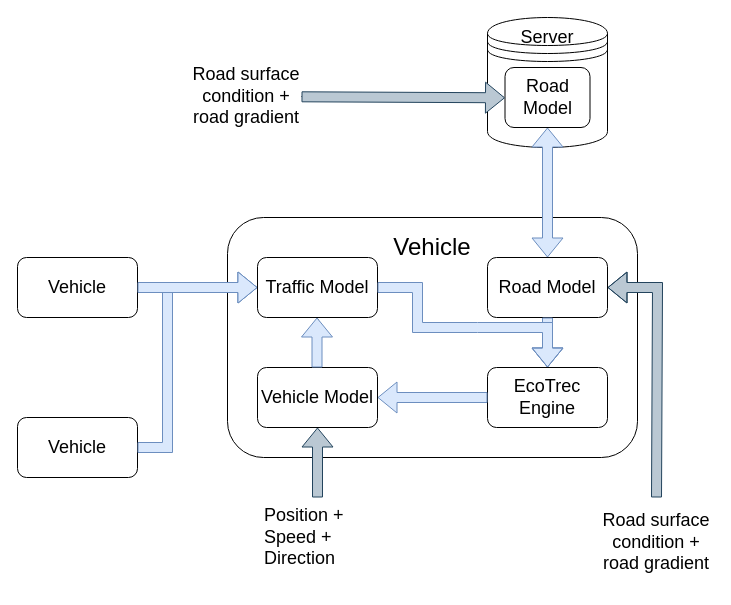
prashant2063/diagrams keeps this draw.io diagram as ecotrec_system_architecture.drawio. Above is the earlier version. Source tidied: cells renumbered, new cells numbered last; positions are measured from the earlier drawing's top-left corner, leaving out a move shared by most shapes. Both pictures are drawn from the tidied source at 100%, with x=0, y=0 at pixel (17, 17).
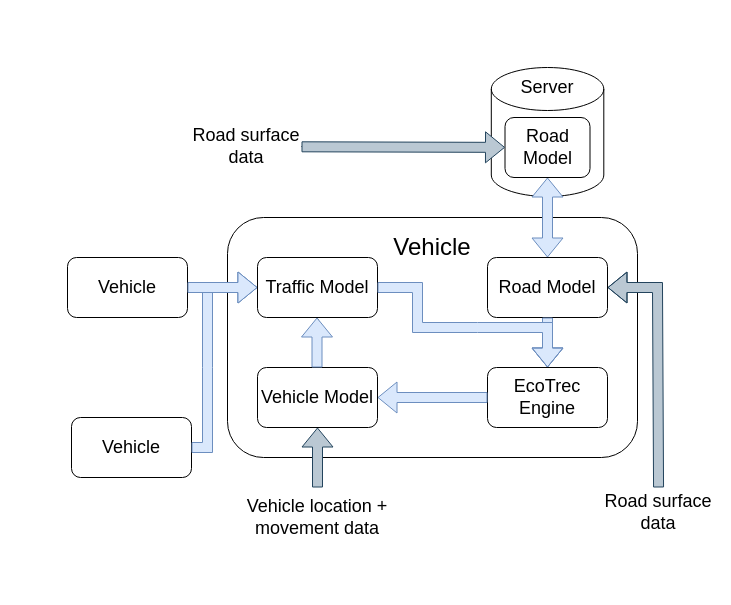
The same page after the edit.

The change refers to these unchanged cells:
```xml
<mxCell id="3" value="&lt;font style=&quot;font-size: 18px&quot;&gt;Vehicle Model&lt;/font&gt;" style="rounded=1;whiteSpace=wrap;html=1;" parent="1" vertex="1">
  <mxGeometry x="240" y="350" width="120" height="60" as="geometry" />
</mxCell>
<mxCell id="4" value="&lt;font style=&quot;font-size: 18px&quot;&gt;Road Model&lt;/font&gt;" style="rounded=1;whiteSpace=wrap;html=1;" parent="1" vertex="1">
  <mxGeometry x="470" y="240" width="120" height="60" as="geometry" />
</mxCell>
<mxCell id="6" value="&lt;font style=&quot;font-size: 18px&quot;&gt;Traffic Model&lt;/font&gt;" style="rounded=1;whiteSpace=wrap;html=1;" parent="1" vertex="1">
  <mxGeometry x="240" y="240" width="120" height="60" as="geometry" />
</mxCell>
```

Change to the diagram source:
```diff
@@
+    <mxCell id="28" style="strokeWidth=1;html=1;shape=mxgraph.flowchart.database;whiteSpace=wrap;" parent="1" vertex="1">
+      <mxGeometry x="473.8" y="50" width="112.5" height="129" as="geometry" />
+    </mxCell>
@@
     <mxCell id="13" value="&lt;font style=&quot;font-size: 18px&quot;&gt;Vehicle&lt;/font&gt;" style="rounded=1;whiteSpace=wrap;html=1;" parent="1" vertex="1">
-      <mxGeometry y="400" width="120" height="60" as="geometry" />
+      <mxGeometry x="54" y="400" width="120" height="60" as="geometry" />
     </mxCell>
     <mxCell id="14" value="&lt;font style=&quot;font-size: 18px&quot;&gt;Vehicle&lt;/font&gt;" style="rounded=1;whiteSpace=wrap;html=1;" parent="1" vertex="1">
-      <mxGeometry y="240" width="120" height="60" as="geometry" />
+      <mxGeometry x="50" y="240" width="120" height="60" as="geometry" />
     </mxCell>
     <mxCell id="15" style="endArrow=classic;html=1;strokeColor=#6c8ebf;entryX=0;entryY=0.5;entryDx=0;entryDy=0;exitX=1;exitY=0.5;exitDx=0;exitDy=0;rounded=0;shape=flexArrow;fillColor=#dae8fc;" parent="1" edge="1" source="13" target="6">
       <mxGeometry relative="1" as="geometry">
         <Array as="points">
-          <mxPoint x="150" y="430" />
-          <mxPoint x="150" y="270" />
+          <mxPoint x="190" y="430" />
+          <mxPoint x="190" y="350" />
+          <mxPoint x="190" y="270" />
         </Array>
       </mxGeometry>
     </mxCell>
@@
-    <mxCell id="17" style="shape=datastore;whiteSpace=wrap;html=1;rounded=1;" parent="1" vertex="1">
-      <mxGeometry x="470" width="120" height="130" as="geometry" />
-    </mxCell>
     <mxCell id="18" value="&lt;font style=&quot;font-size: 18px&quot;&gt;Road&lt;br&gt;Model&lt;/font&gt;" style="rounded=1;whiteSpace=wrap;html=1;" parent="1" vertex="1">
-      <mxGeometry x="487.5" y="50" width="85" height="60" as="geometry" />
+      <mxGeometry x="487.5" y="100" width="85" height="60" as="geometry" />
     </mxCell>
     <mxCell id="19" value="&lt;font style=&quot;font-size: 18px&quot;&gt;Server&lt;/font&gt;" style="text;html=1;strokeColor=none;fillColor=none;align=center;verticalAlign=middle;whiteSpace=wrap;rounded=0;" parent="1" vertex="1">
-      <mxGeometry x="510" y="10" width="40" height="20" as="geometry" />
+      <mxGeometry x="510" y="60" width="40" height="20" as="geometry" />
     </mxCell>
-    <mxCell id="20" value="&lt;font style=&quot;font-size: 18px&quot;&gt;Road surface condition + road gradient&lt;/font&gt;" style="text;html=1;strokeColor=none;fillColor=none;align=center;verticalAlign=middle;whiteSpace=wrap;rounded=0;" parent="1" vertex="1">
-      <mxGeometry x="174" y="69" width="110" height="20" as="geometry" />
+    <mxCell id="20" value="&lt;font style=&quot;font-size: 18px&quot;&gt;Road surface data&lt;/font&gt;" style="text;html=1;strokeColor=none;fillColor=none;align=center;verticalAlign=middle;whiteSpace=wrap;rounded=0;" parent="1" vertex="1">
+      <mxGeometry x="174" y="119" width="110" height="20" as="geometry" />
     </mxCell>
@@
-    <mxCell id="22" value="&lt;font style=&quot;font-size: 18px&quot;&gt;Position + Speed + Direction&lt;/font&gt;" style="text;html=1;strokeColor=none;fillColor=none;align=left;verticalAlign=middle;whiteSpace=wrap;rounded=0;" parent="1" vertex="1">
-      <mxGeometry x="245" y="480" width="110" height="80" as="geometry" />
-    </mxCell>
-    <mxCell id="23" style="endArrow=classic;html=1;strokeColor=#23445d;entryX=0.5;entryY=1;entryDx=0;entryDy=0;exitX=0.5;exitY=0;exitDx=0;exitDy=0;rounded=0;shape=flexArrow;fillColor=#bac8d3;" parent="1" edge="1" source="22" target="3">
+    <mxCell id="23" style="endArrow=classic;html=1;strokeColor=#23445d;entryX=0.5;entryY=1;entryDx=0;entryDy=0;exitX=0.5;exitY=0;exitDx=0;exitDy=0;rounded=0;shape=flexArrow;fillColor=#bac8d3;" parent="1" edge="1" source="30" target="3">
       <mxGeometry relative="1" as="geometry" />
     </mxCell>
-    <mxCell id="24" value="&lt;font style=&quot;font-size: 18px&quot;&gt;Road surface condition + road gradient&lt;/font&gt;" style="text;html=1;strokeColor=none;fillColor=none;align=center;verticalAlign=middle;whiteSpace=wrap;rounded=0;" parent="1" vertex="1">
-      <mxGeometry x="584" y="480" width="110" height="90" as="geometry" />
-    </mxCell>
-    <mxCell id="25" style="endArrow=classic;html=1;strokeColor=#23445d;entryX=1;entryY=0.5;entryDx=0;entryDy=0;exitX=0.5;exitY=0;exitDx=0;exitDy=0;rounded=0;shape=flexArrow;fillColor=#bac8d3;" parent="1" edge="1" source="24" target="4">
+    <mxCell id="25" style="endArrow=classic;html=1;strokeColor=#23445d;entryX=1;entryY=0.5;entryDx=0;entryDy=0;rounded=0;shape=flexArrow;fillColor=#bac8d3;" parent="1" edge="1" source="29" target="4">
       <mxGeometry relative="1" as="geometry">
         <Array as="points">
           <mxPoint x="640" y="270" />
         </Array>
       </mxGeometry>
     </mxCell>
@@
-    <mxCell id="27" style="endArrow=classic;html=1;strokeColor=#23445d;entryX=0;entryY=0.5;entryDx=0;entryDy=0;exitX=1;exitY=0.5;exitDx=0;exitDy=0;rounded=0;shape=flexArrow;fillColor=#bac8d3;" parent="1" edge="1">
+    <mxCell id="27" style="endArrow=classic;html=1;strokeColor=#23445d;exitX=1;exitY=0.5;exitDx=0;exitDy=0;rounded=0;shape=flexArrow;fillColor=#bac8d3;" parent="1" edge="1" target="18">
       <mxGeometry relative="1" as="geometry">
-        <mxPoint x="284" y="79.3" as="sourcePoint" />
-        <mxPoint x="487.5" y="80.3" as="targetPoint" />
+        <mxPoint x="284" y="129.3" as="sourcePoint" />
       </mxGeometry>
     </mxCell>
+    <mxCell id="29" value="&lt;font style=&quot;font-size: 18px&quot;&gt;Road surface data&lt;/font&gt;" style="text;html=1;strokeColor=none;fillColor=none;align=center;verticalAlign=middle;whiteSpace=wrap;rounded=0;" parent="1" vertex="1">
+      <mxGeometry x="586.2" y="470" width="110" height="50" as="geometry" />
+    </mxCell>
+    <mxCell id="30" value="&lt;font style=&quot;font-size: 18px&quot;&gt;Vehicle location + movement data&lt;/font&gt;" style="text;html=1;strokeColor=none;fillColor=none;align=center;verticalAlign=middle;whiteSpace=wrap;rounded=0;" parent="1" vertex="1">
+      <mxGeometry x="225" y="470" width="150" height="60" as="geometry" />
+    </mxCell>
```
